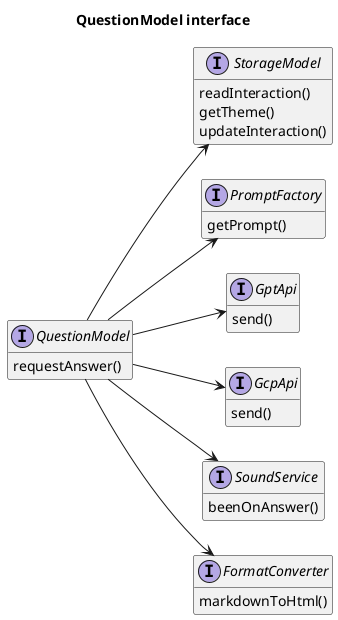
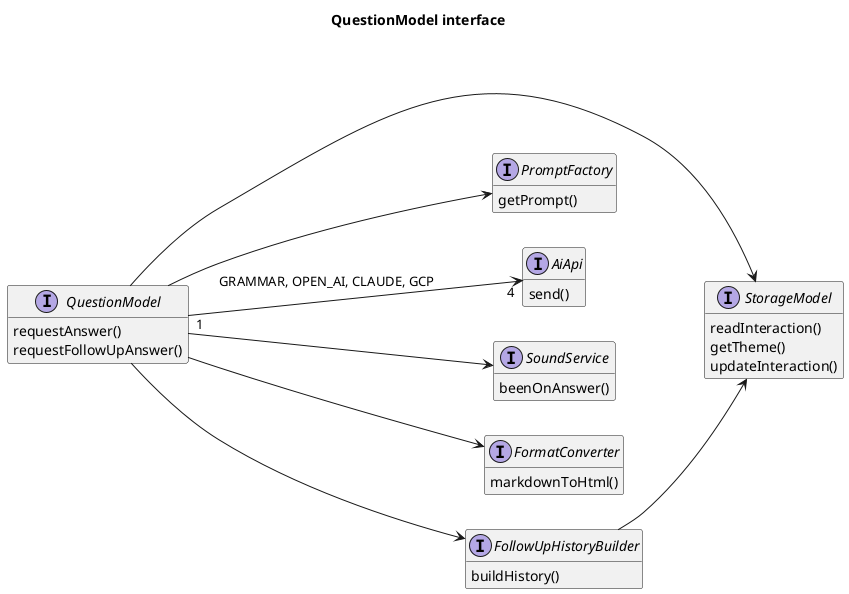
@startuml
hide empty members
left to right direction

title QuestionModel interface

interface QuestionModel {
    requestAnswer()
+     requestFollowUpAnswer()
}
interface StorageModel {
    readInteraction()
    getTheme()
    updateInteraction()
}
interface PromptFactory {
    getPrompt()
}
- interface GptApi {
-     send()
- }
- interface GcpApi {
+ interface AiApi {
    send()
}
interface SoundService {
    beenOnAnswer()
}
interface FormatConverter {
    markdownToHtml()
}
+ interface FollowUpHistoryBuilder {
+     buildHistory()
+ }

QuestionModel --> StorageModel
QuestionModel --> PromptFactory
- QuestionModel --> GptApi
- QuestionModel --> GcpApi
+ QuestionModel "1" --> "4" AiApi: GRAMMAR, OPEN_AI, CLAUDE, GCP
QuestionModel --> SoundService
QuestionModel --> FormatConverter
+ QuestionModel --> FollowUpHistoryBuilder

- @enduml+ FollowUpHistoryBuilder --> StorageModel
+ 
+ @enduml
